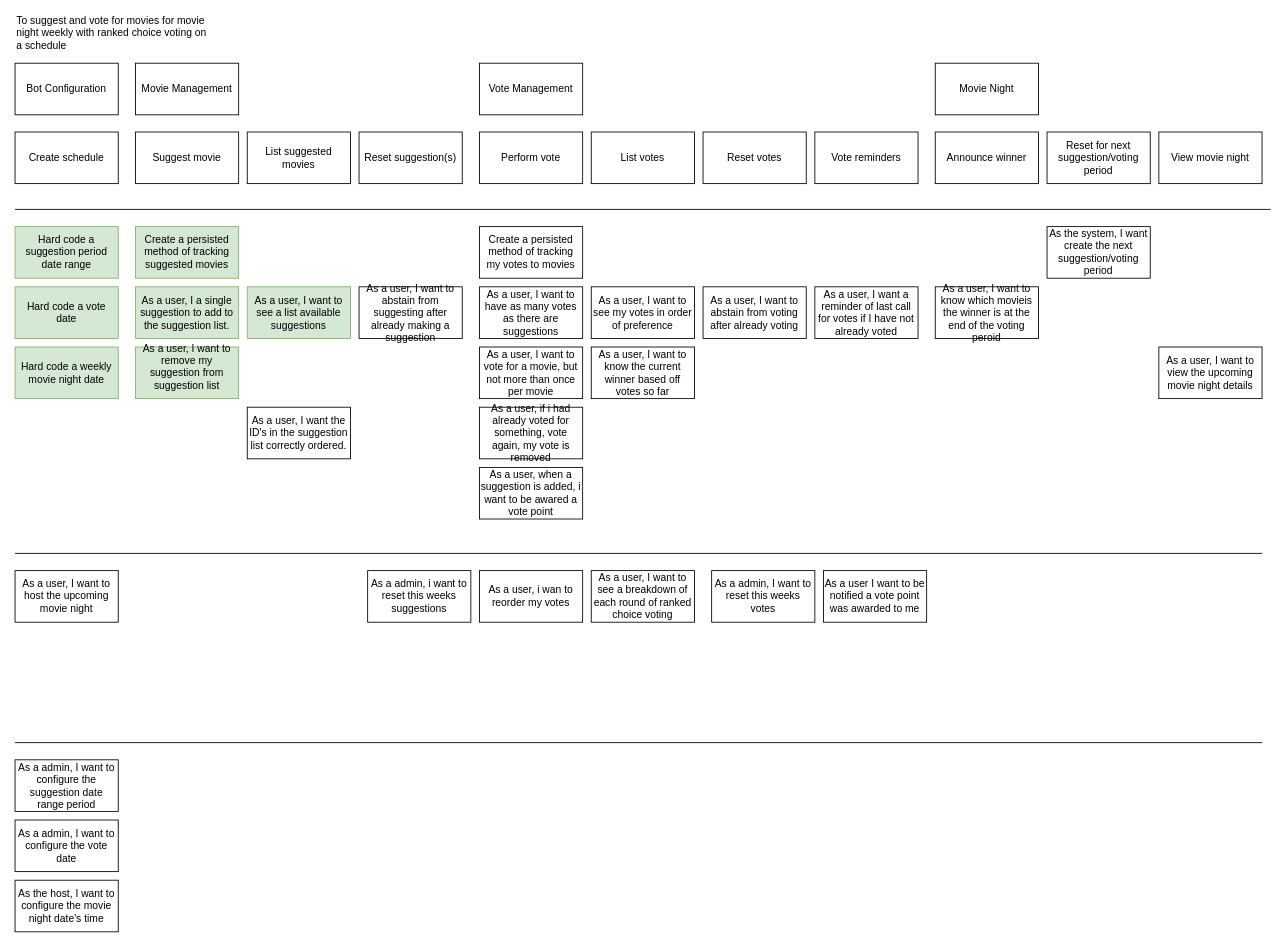
fredlawl/200-colony-movie-night-bot keeps this draw.io diagram as docs/Movie voter discord bot.drawio. Above is the earlier version. Source tidied: cells renumbered, new cells numbered last; positions are measured from the earlier drawing's top-left corner, leaving out a move shared by most shapes. Both pictures are drawn from the tidied source at 86%, with x=0, y=0 at pixel (15, 20).
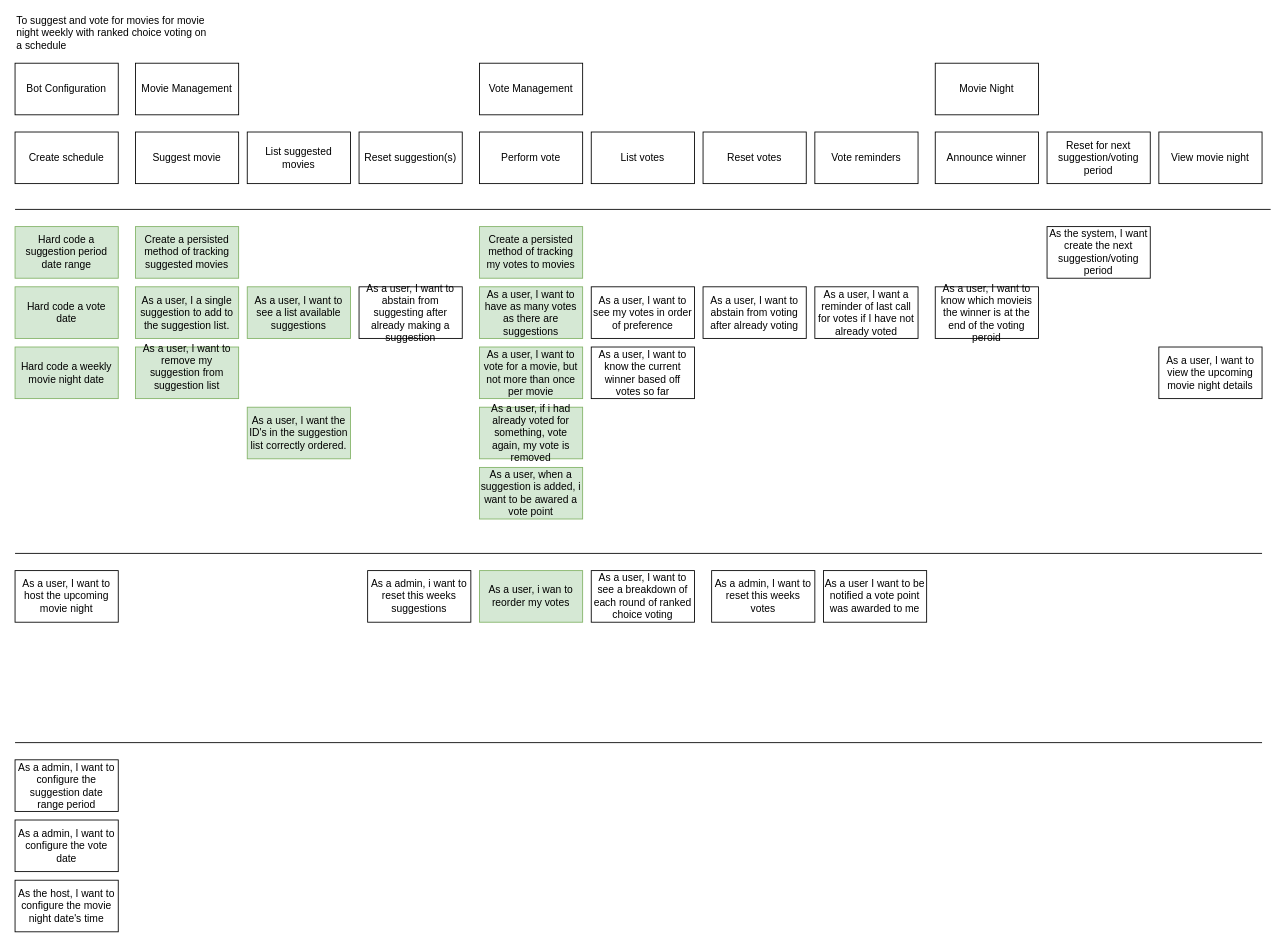
Above is the later version.

Commit message:
Update story map with completed stories

Update story map with completed stories.

Diff of the diagram source:
```diff
@@
-    <mxCell id="25" value="&lt;div&gt;As a user, I want the ID's in the suggestion list correctly ordered.&lt;br&gt;&lt;/div&gt;" style="whiteSpace=wrap;html=1;" parent="1" vertex="1">
+    <mxCell id="25" value="&lt;div&gt;As a user, I want the ID's in the suggestion list correctly ordered.&lt;br&gt;&lt;/div&gt;" style="whiteSpace=wrap;html=1;fillColor=#d5e8d4;strokeColor=#82b366;" parent="1" vertex="1">
       <mxGeometry x="270" y="450" width="120" height="60" as="geometry" />
     </mxCell>
@@
-    <mxCell id="27" value="Create a persisted method of tracking my votes to movies" style="whiteSpace=wrap;html=1;" parent="1" vertex="1">
+    <mxCell id="27" value="Create a persisted method of tracking my votes to movies" style="whiteSpace=wrap;html=1;fillColor=#d5e8d4;strokeColor=#82b366;" parent="1" vertex="1">
       <mxGeometry x="540" y="240" width="120" height="60" as="geometry" />
     </mxCell>
-    <mxCell id="28" value="As a user, I want to vote for a movie, but not more than once per movie" style="whiteSpace=wrap;html=1;" parent="1" vertex="1">
+    <mxCell id="28" value="As a user, I want to vote for a movie, but not more than once per movie" style="whiteSpace=wrap;html=1;fillColor=#d5e8d4;strokeColor=#82b366;" parent="1" vertex="1">
       <mxGeometry x="540" y="380" width="120" height="60" as="geometry" />
     </mxCell>
-    <mxCell id="29" value="As a user, I want to have as many votes as there are suggestions" style="whiteSpace=wrap;html=1;" parent="1" vertex="1">
+    <mxCell id="29" value="As a user, I want to have as many votes as there are suggestions" style="whiteSpace=wrap;html=1;fillColor=#d5e8d4;strokeColor=#82b366;" parent="1" vertex="1">
       <mxGeometry x="540" y="310" width="120" height="60" as="geometry" />
     </mxCell>
@@
-    <mxCell id="46" value="As a user, i wan to reorder my votes" style="whiteSpace=wrap;html=1;" parent="1" vertex="1">
+    <mxCell id="46" value="As a user, i wan to reorder my votes" style="whiteSpace=wrap;html=1;fillColor=#d5e8d4;strokeColor=#82b366;" parent="1" vertex="1">
       <mxGeometry x="540" y="640" width="120" height="60" as="geometry" />
     </mxCell>
-    <mxCell id="47" value="As a user, if i had already voted for something, vote again, my vote is removed " style="whiteSpace=wrap;html=1;" parent="1" vertex="1">
+    <mxCell id="47" value="As a user, if i had already voted for something, vote again, my vote is removed " style="whiteSpace=wrap;html=1;fillColor=#d5e8d4;strokeColor=#82b366;" parent="1" vertex="1">
       <mxGeometry x="540" y="450" width="120" height="60" as="geometry" />
     </mxCell>
-    <mxCell id="48" value="As a user, when a suggestion is added, i want to be awared a vote point " style="whiteSpace=wrap;html=1;" parent="1" vertex="1">
+    <mxCell id="48" value="As a user, when a suggestion is added, i want to be awared a vote point " style="whiteSpace=wrap;html=1;fillColor=#d5e8d4;strokeColor=#82b366;" parent="1" vertex="1">
       <mxGeometry x="540" y="520" width="120" height="60" as="geometry" />
     </mxCell>
```
